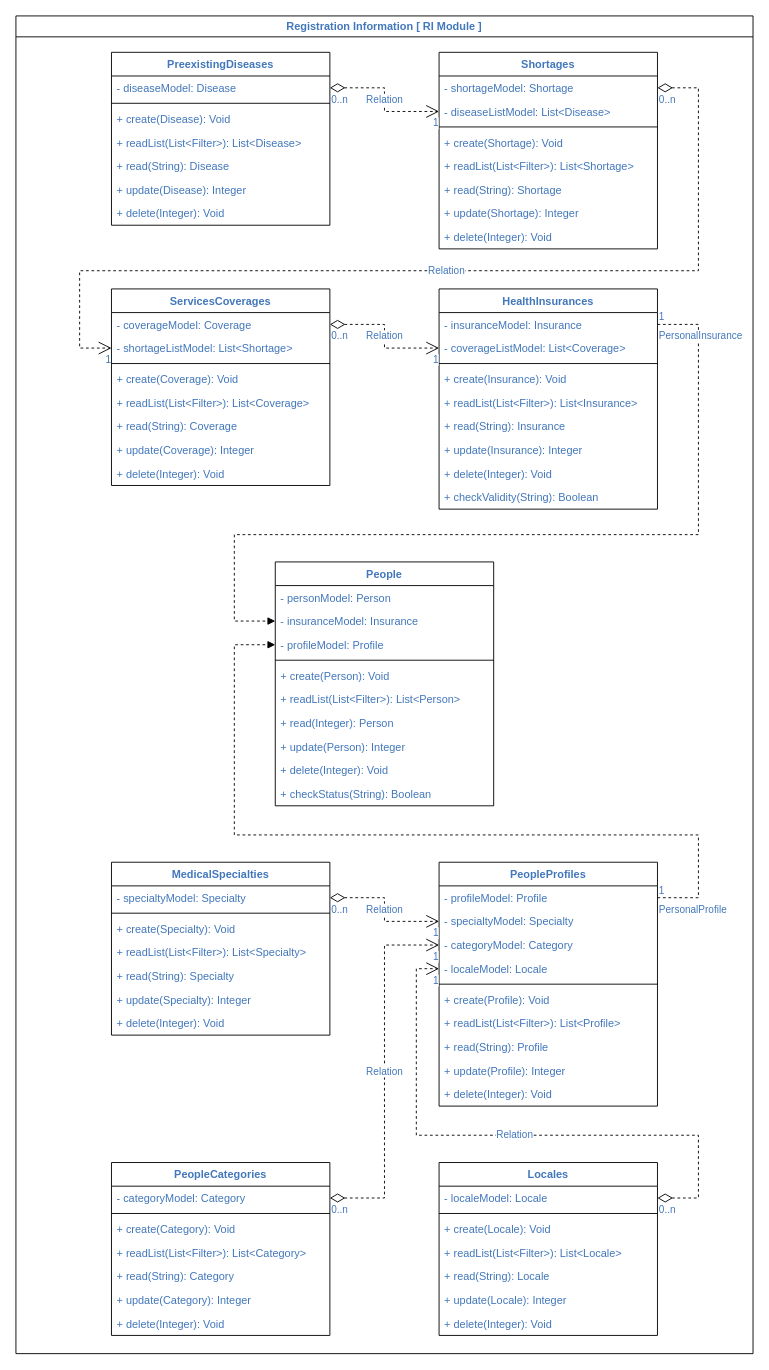
Before: page "Classes - RI" (2 of 4) of Macroarquitetura.drawio in kikoluiss/tcc-puc, a draw.io diagram. Source tidied: cells renumbered, new cells numbered last; positions are measured from the earlier drawing's top-left corner, leaving out a move shared by most shapes. Both pictures are drawn from the tidied source at 91%, with x=0, y=0 at pixel (15, 15).
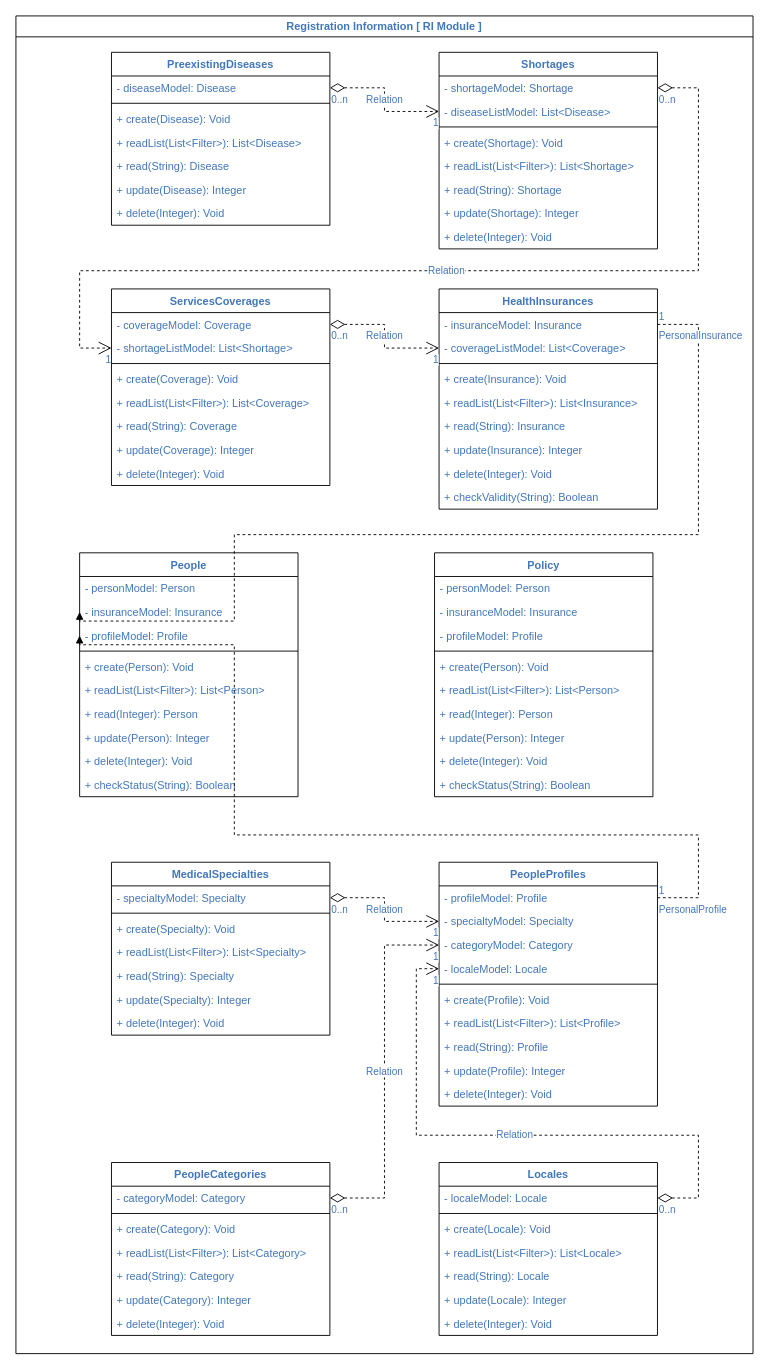
Above is the later version.

Unchanged cells that the change refers to:
```xml
<mxCell id="2" value="Registration Information [ RI Module ]" style="swimlane;fontColor=#4277BB;strokeWidth=1;gradientColor=none;" parent="1" vertex="1">
  <mxGeometry width="810" height="1470" as="geometry" />
</mxCell>
```

Change to the diagram source:
```diff
@@
     <mxCell id="83" value="People" style="swimlane;fontStyle=1;align=center;verticalAlign=top;horizontal=1;startSize=26;fontColor=#4277BB;strokeWidth=1;gradientColor=none;" parent="2" vertex="1">
-      <mxGeometry x="285" y="600" width="240" height="268" as="geometry" />
+      <mxGeometry x="70" y="590" width="240" height="268" as="geometry" />
     </mxCell>
@@
+    <mxCell id="107" value="Policy" style="swimlane;fontStyle=1;align=center;verticalAlign=top;horizontal=1;startSize=26;fontColor=#4277BB;strokeWidth=1;gradientColor=none;" parent="2" vertex="1">
+      <mxGeometry x="460" y="590" width="240" height="268" as="geometry" />
+    </mxCell>
+    <mxCell id="108" value="- personModel: Person" style="text;strokeColor=none;fillColor=none;align=left;verticalAlign=top;spacingLeft=4;spacingRight=4;overflow=hidden;fontColor=#4277BB;" parent="107" vertex="1">
+      <mxGeometry y="26" width="240" height="26" as="geometry" />
+    </mxCell>
+    <mxCell id="109" value="- insuranceModel: Insurance" style="text;strokeColor=none;fillColor=none;align=left;verticalAlign=top;spacingLeft=4;spacingRight=4;overflow=hidden;fontColor=#4277BB;" parent="107" vertex="1">
+      <mxGeometry y="52" width="240" height="26" as="geometry" />
+    </mxCell>
+    <mxCell id="110" value="- profileModel: Profile" style="text;strokeColor=none;fillColor=none;align=left;verticalAlign=top;spacingLeft=4;spacingRight=4;overflow=hidden;fontColor=#4277BB;" parent="107" vertex="1">
+      <mxGeometry y="78" width="240" height="26" as="geometry" />
+    </mxCell>
+    <mxCell id="111" style="line;strokeWidth=1;fillColor=none;align=left;verticalAlign=middle;spacingTop=-1;spacingLeft=3;spacingRight=3;labelPosition=right;fontColor=#4277BB;" parent="107" vertex="1">
+      <mxGeometry y="104" width="240" height="8" as="geometry" />
+    </mxCell>
+    <mxCell id="112" value="+ create(Person): Void" style="text;strokeColor=none;fillColor=none;align=left;verticalAlign=top;spacingLeft=4;spacingRight=4;overflow=hidden;fontColor=#4277BB;" parent="107" vertex="1">
+      <mxGeometry y="112" width="240" height="26" as="geometry" />
+    </mxCell>
+    <mxCell id="113" value="+ readList(List&lt;Filter&gt;): List&lt;Person&gt;" style="text;strokeColor=none;fillColor=none;align=left;verticalAlign=top;spacingLeft=4;spacingRight=4;overflow=hidden;fontColor=#4277BB;" parent="107" vertex="1">
+      <mxGeometry y="138" width="240" height="26" as="geometry" />
+    </mxCell>
+    <mxCell id="114" value="+ read(Integer): Person" style="text;strokeColor=none;fillColor=none;align=left;verticalAlign=top;spacingLeft=4;spacingRight=4;overflow=hidden;fontColor=#4277BB;" parent="107" vertex="1">
+      <mxGeometry y="164" width="240" height="26" as="geometry" />
+    </mxCell>
+    <mxCell id="115" value="+ update(Person): Integer" style="text;strokeColor=none;fillColor=none;align=left;verticalAlign=top;spacingLeft=4;spacingRight=4;overflow=hidden;fontColor=#4277BB;" parent="107" vertex="1">
+      <mxGeometry y="190" width="240" height="26" as="geometry" />
+    </mxCell>
+    <mxCell id="116" value="+ delete(Integer): Void" style="text;strokeColor=none;fillColor=none;align=left;verticalAlign=top;spacingLeft=4;spacingRight=4;overflow=hidden;fontColor=#4277BB;" parent="107" vertex="1">
+      <mxGeometry y="216" width="240" height="26" as="geometry" />
+    </mxCell>
+    <mxCell id="117" value="+ checkStatus(String): Boolean" style="text;strokeColor=none;fillColor=none;align=left;verticalAlign=top;spacingLeft=4;spacingRight=4;overflow=hidden;fontColor=#4277BB;" parent="107" vertex="1">
+      <mxGeometry y="242" width="240" height="26" as="geometry" />
+    </mxCell>
```
